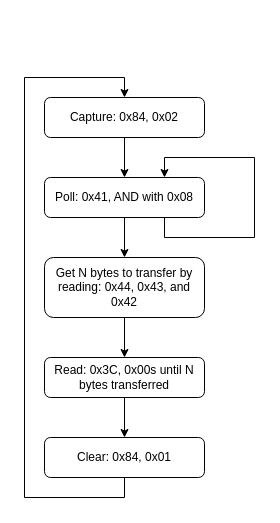
curtywang/ee5450-module2-camera keeps this draw.io diagram as arduchip.drawio. Above is the earlier version. Source tidied: cells renumbered, new cells numbered last; positions are measured from the earlier drawing's top-left corner, leaving out a move shared by most shapes. Both pictures are drawn from the tidied source at 100%, with x=0, y=0 at pixel (24, 77).
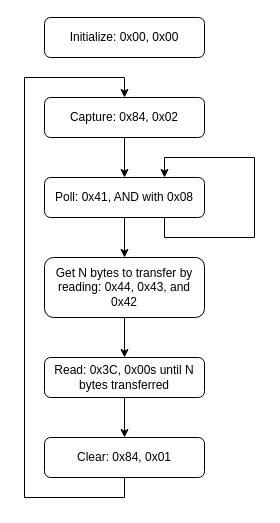
Above is the later version.

The edit, as a diff of the source:
```diff
@@
 <mxGraphModel>
   <root>
     <mxCell id="0" />
     <mxCell id="1" parent="0" />
     <mxCell id="2" style="edgeStyle=orthogonalEdgeStyle;rounded=0;jettySize=auto;html=1;" parent="1" edge="1" source="3" target="5">
       <mxGeometry relative="1" as="geometry" />
     </mxCell>
     <mxCell id="3" value="Capture: 0x84, 0x02" style="rounded=1;whiteSpace=wrap;html=1;" parent="1" vertex="1">
       <mxGeometry x="20" y="20" width="160" height="40" as="geometry" />
     </mxCell>
     <mxCell id="4" style="edgeStyle=orthogonalEdgeStyle;rounded=0;jettySize=auto;html=1;" parent="1" edge="1" source="5" target="12">
       <mxGeometry relative="1" as="geometry" />
     </mxCell>
     <mxCell id="5" value="Poll: 0x41, AND with 0x08" style="rounded=1;whiteSpace=wrap;html=1;" parent="1" vertex="1">
       <mxGeometry x="20" y="100" width="160" height="40" as="geometry" />
     </mxCell>
     <mxCell id="6" style="edgeStyle=orthogonalEdgeStyle;rounded=0;jettySize=auto;html=1;" parent="1" edge="1" source="7" target="9">
       <mxGeometry relative="1" as="geometry" />
     </mxCell>
     <mxCell id="7" value="Read: 0x3C, 0x00s until N bytes transferred" style="rounded=1;whiteSpace=wrap;html=1;" parent="1" vertex="1">
       <mxGeometry x="20" y="280" width="160" height="40" as="geometry" />
     </mxCell>
     <mxCell id="8" style="edgeStyle=orthogonalEdgeStyle;rounded=0;jettySize=auto;html=1;entryX=0.5;entryY=0;entryDx=0;entryDy=0;exitX=0.5;exitY=1;exitDx=0;exitDy=0;" parent="1" edge="1" source="9" target="3">
       <mxGeometry relative="1" as="geometry">
         <Array as="points">
           <mxPoint x="100" y="420" />
           <mxPoint y="420" />
           <mxPoint />
           <mxPoint x="100" />
         </Array>
       </mxGeometry>
     </mxCell>
     <mxCell id="9" value="Clear: 0x84, 0x01" style="rounded=1;whiteSpace=wrap;html=1;" parent="1" vertex="1">
       <mxGeometry x="20" y="360" width="160" height="40" as="geometry" />
     </mxCell>
     <mxCell id="10" style="edgeStyle=orthogonalEdgeStyle;rounded=0;orthogonalLoop=1;jettySize=auto;html=1;exitX=0.75;exitY=1;exitDx=0;exitDy=0;entryX=0.75;entryY=0;entryDx=0;entryDy=0;" parent="1" edge="1" source="5" target="5">
       <mxGeometry relative="1" as="geometry">
         <Array as="points">
           <mxPoint x="140" y="160" />
           <mxPoint x="230" y="160" />
           <mxPoint x="230" y="80" />
           <mxPoint x="140" y="80" />
         </Array>
       </mxGeometry>
     </mxCell>
     <mxCell id="11" style="edgeStyle=orthogonalEdgeStyle;rounded=0;jettySize=auto;html=1;" parent="1" edge="1" source="12" target="7">
       <mxGeometry relative="1" as="geometry" />
     </mxCell>
     <mxCell id="12" value="Get N bytes to transfer by reading: 0x44, 0x43, and 0x42" style="rounded=1;whiteSpace=wrap;html=1;" parent="1" vertex="1">
       <mxGeometry x="20" y="180" width="160" height="60" as="geometry" />
     </mxCell>
+    <mxCell id="13" value="Initialize: 0x00, 0x00" style="rounded=1;whiteSpace=wrap;html=1;" parent="1" vertex="1">
+      <mxGeometry x="20" y="-60" width="160" height="40" as="geometry" />
+    </mxCell>
   </root>
 </mxGraphModel>
```
